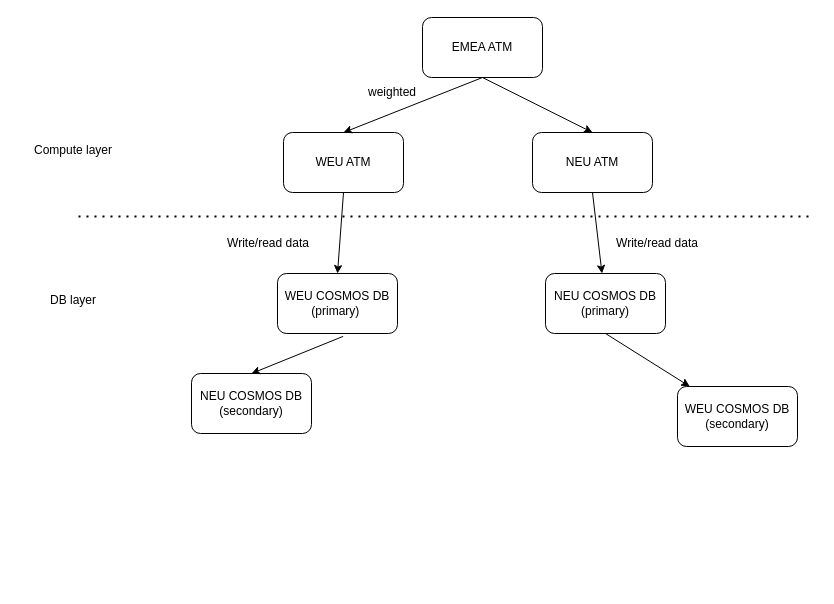
Above: 未命名绘图.drawio in nonly/timewheel (draw.io), before the change. Source tidied: cells renumbered, new cells numbered last; positions are measured from the earlier drawing's top-left corner, leaving out a move shared by most shapes. Both pictures are drawn from the tidied source at 100%, with x=0, y=0 at pixel (17, 17).
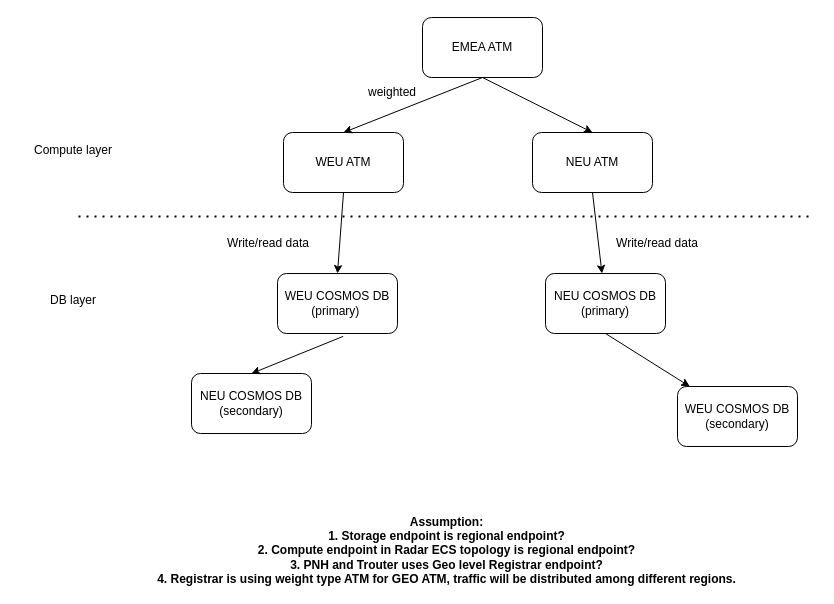
Above is the later version.

Commit message (it also covers changes not shown here):
Update 未命名绘图.drawio

Diff of the diagram source:
```diff
@@
+    <mxCell id="21" value="&lt;b&gt;Assumption:&lt;/b&gt;&lt;div&gt;&lt;b&gt;1. Storage endpoint is regional endpoint?&lt;br&gt;2. Compute endpoint in Radar ECS topology is regional endpoint?&lt;/b&gt;&lt;/div&gt;&lt;div&gt;&lt;b&gt;3. PNH and Trouter uses Geo level Registrar endpoint?&lt;/b&gt;&lt;/div&gt;&lt;div&gt;&lt;b&gt;4. Registrar is using weight type ATM for GEO ATM, traffic will be distributed among different regions.&lt;/b&gt;&lt;/div&gt;" style="text;html=1;align=center;verticalAlign=middle;whiteSpace=wrap;rounded=0;" parent="1" vertex="1">
+      <mxGeometry x="59" y="518" width="741" height="30" as="geometry" />
+    </mxCell>
```
